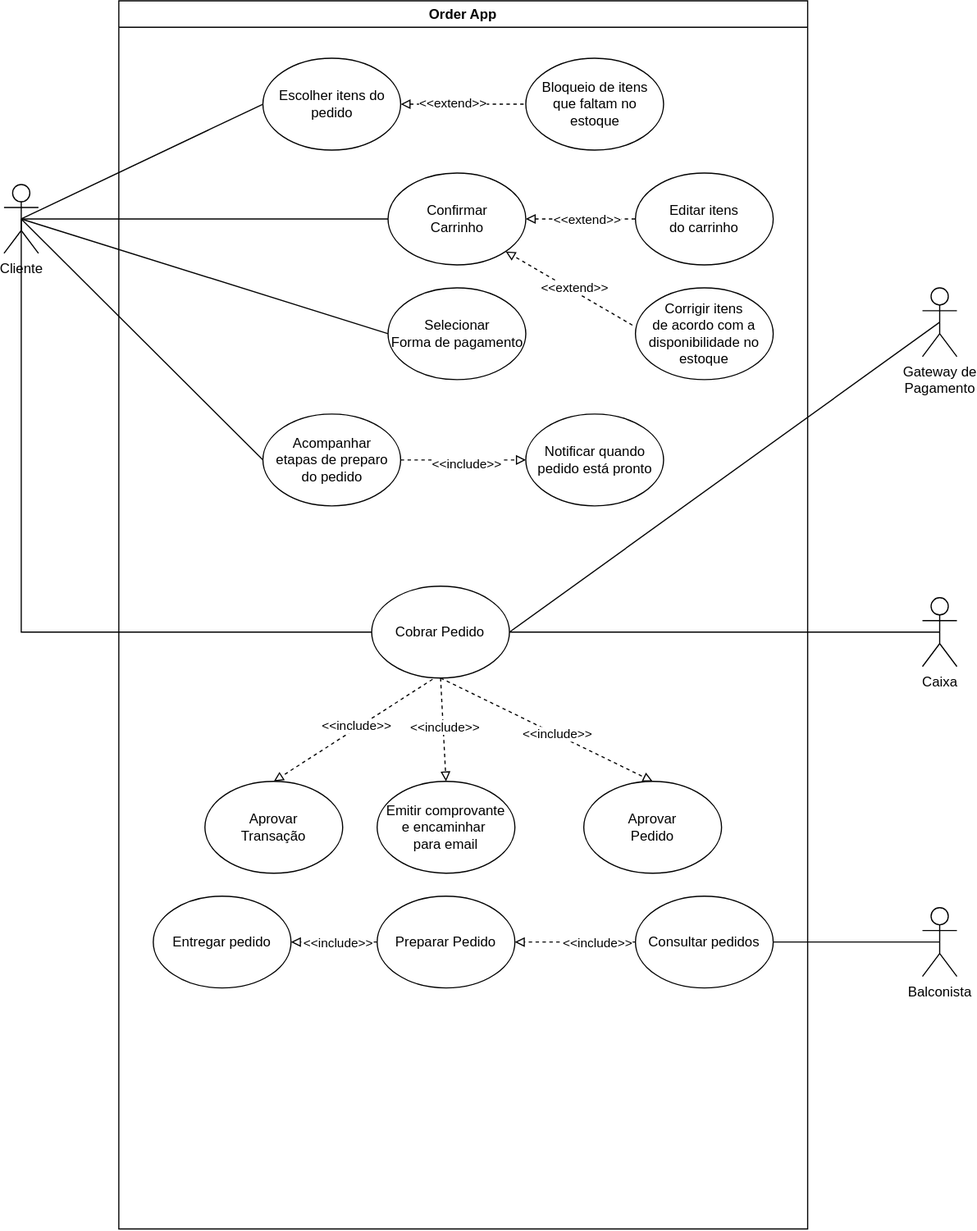
HenriqueAlvess33/Galeria-de-imagens keeps this draw.io diagram as Casos de uso/DG_CDU0001.svg. Above is the earlier version. Source tidied: cells renumbered, new cells last; positions are measured from the earlier drawing's top-left corner, leaving out a move shared by most shapes.
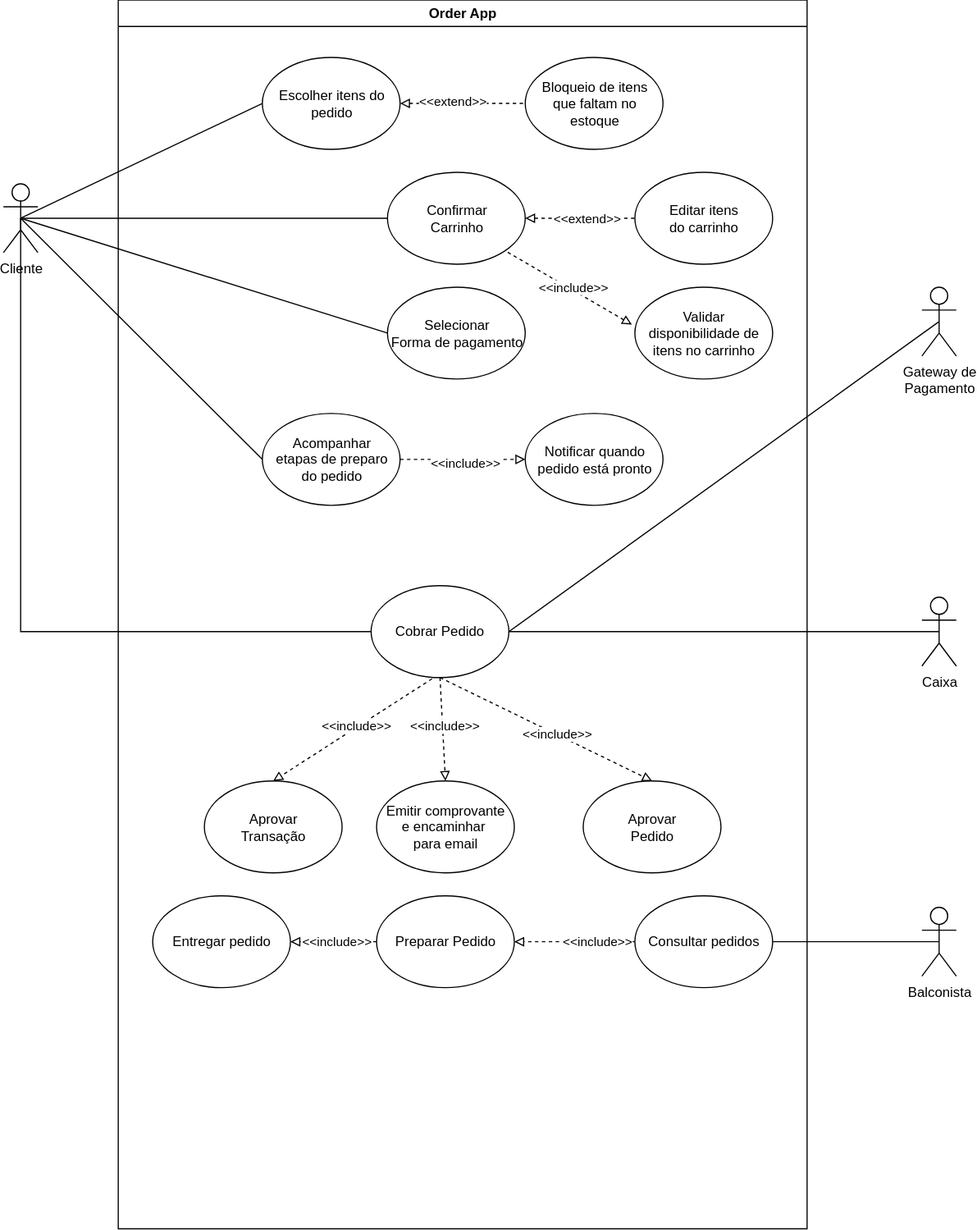
The same diagram one commit later.

Diff of the diagram source:
```diff
@@ -95,13 +95,13 @@
     <mxCell id="32" value="&amp;lt;&amp;lt;extend&amp;gt;&amp;gt;" style="edgeLabel;html=1;align=center;verticalAlign=middle;" parent="31" vertex="1">
       <mxGeometry x="0.11" relative="1" as="geometry" />
     </mxCell>
-    <mxCell id="33" value="Corrigir itens&lt;br&gt;de acordo com a&lt;br&gt;disponibilidade no&lt;br&gt;estoque" style="ellipse;whiteSpace=wrap;html=1;" parent="2" vertex="1">
+    <mxCell id="33" value="Validar disponibilidade de itens no carrinho" style="ellipse;whiteSpace=wrap;html=1;" parent="2" vertex="1">
       <mxGeometry x="450" y="250" width="120" height="80" as="geometry" />
     </mxCell>
-    <mxCell id="34" style="endArrow=block;dashed=1;html=1;rounded=0;entryX=1;entryY=1;entryDx=0;entryDy=0;exitX=-0.022;exitY=0.407;exitDx=0;exitDy=0;exitPerimeter=0;endFill=0;" parent="2" edge="1" source="33" target="4">
+    <mxCell id="34" style="endArrow=none;dashed=1;html=1;rounded=0;entryX=1;entryY=1;entryDx=0;entryDy=0;exitX=-0.022;exitY=0.407;exitDx=0;exitDy=0;exitPerimeter=0;endFill=0;startArrow=block;startFill=0;" parent="2" edge="1" source="33" target="4">
       <mxGeometry relative="1" as="geometry" />
     </mxCell>
-    <mxCell id="35" value="&amp;lt;&amp;lt;extend&amp;gt;&amp;gt;" style="edgeLabel;html=1;align=center;verticalAlign=middle;" parent="34" vertex="1">
+    <mxCell id="35" value="&amp;lt;&amp;lt;include&amp;gt;&amp;gt;" style="edgeLabel;html=1;align=center;verticalAlign=middle;" parent="34" vertex="1">
       <mxGeometry x="-0.05" y="-3" relative="1" as="geometry" />
     </mxCell>
     <mxCell id="36" value="Cliente" style="shape=umlActor;verticalLabelPosition=bottom;verticalAlign=top;html=1;outlineConnect=0;" parent="1" vertex="1">
```
